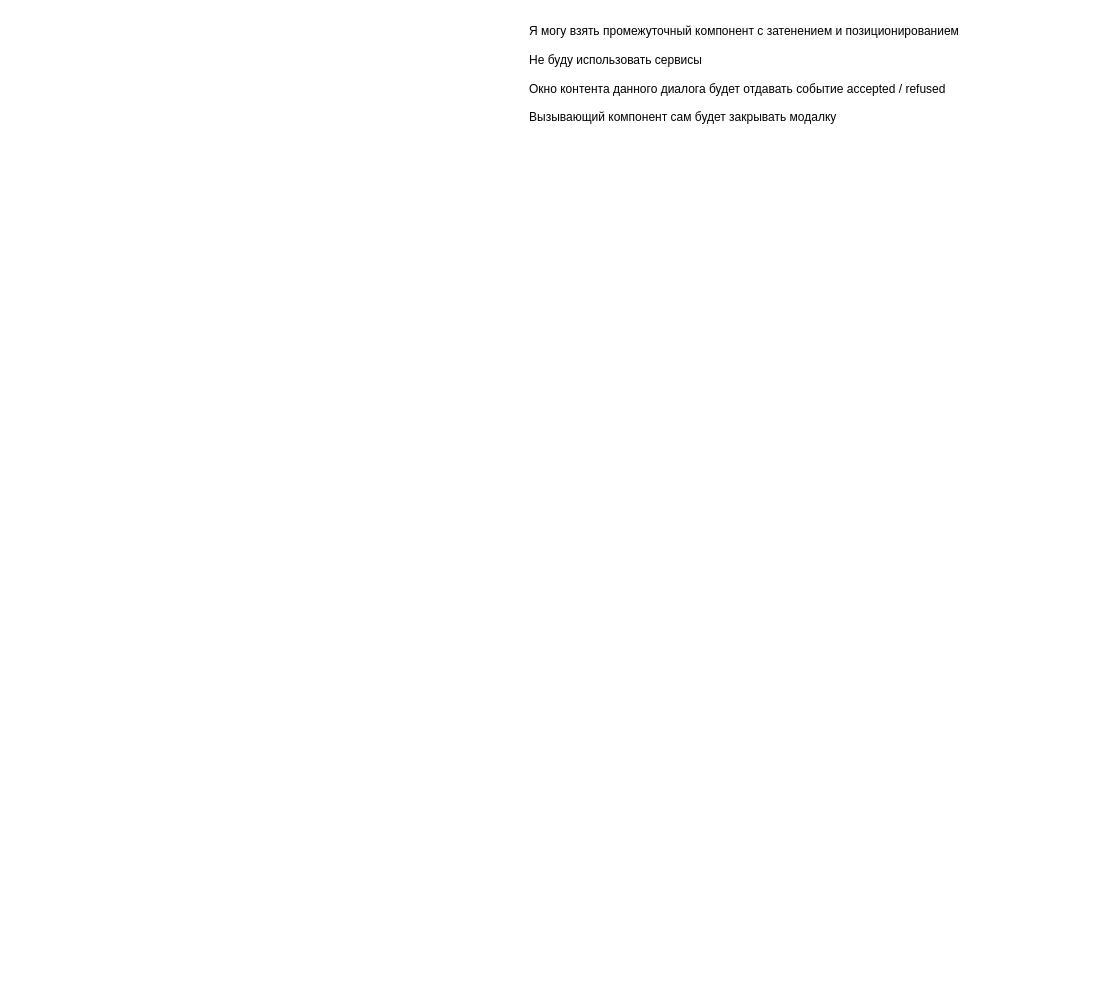
The draw.io diagram doc/modal-forms.drawio in aleshin-roman-nk/lngCollector2, before the edit. Source tidied: cells renumbered, new cells numbered last; positions are measured from the earlier drawing's top-left corner, leaving out a move shared by most shapes. Both pictures are drawn from the tidied source at 100%, with x=0, y=0 at pixel (527, 17).
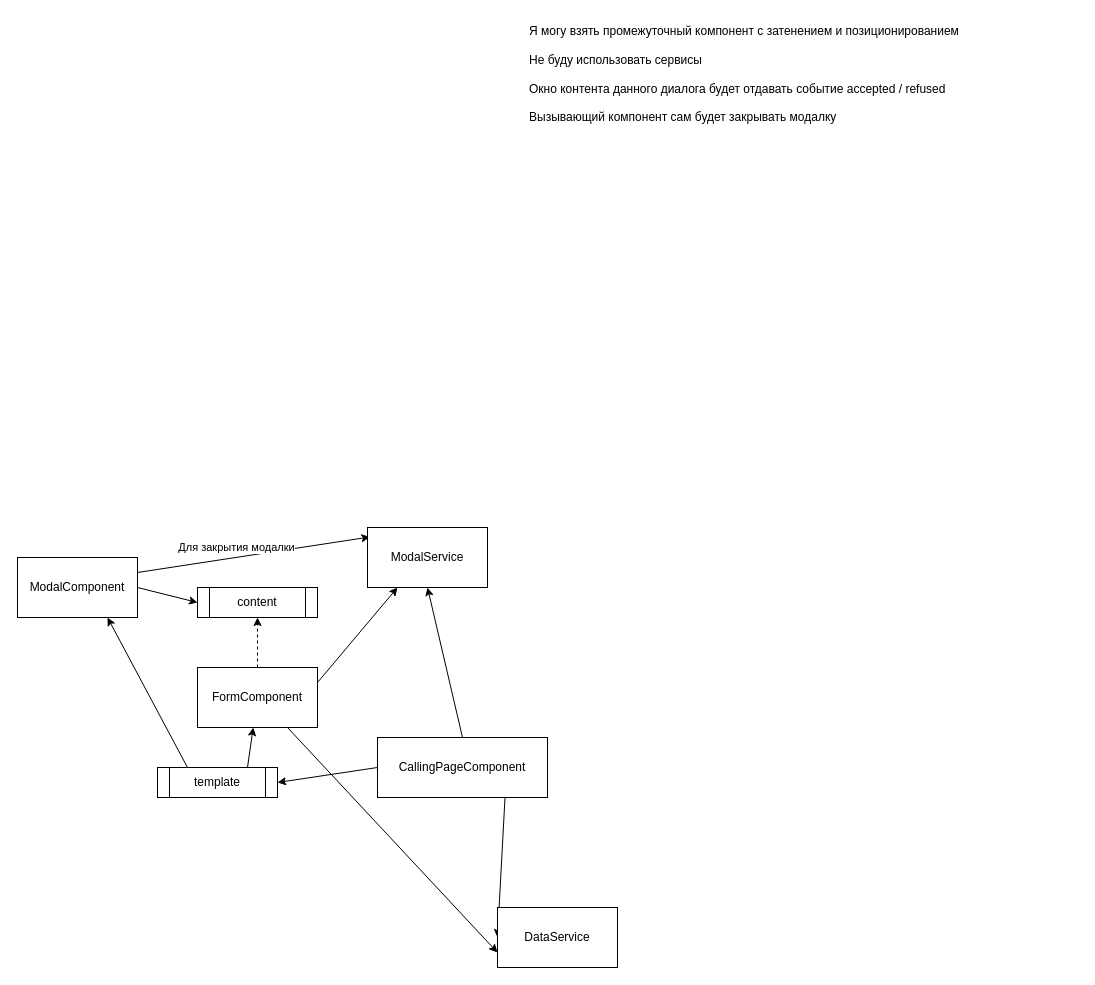
The same page after the edit.

The edit, as a diff of the source:
```diff
@@
 <mxGraphModel>
   <root>
     <mxCell id="0" />
     <mxCell id="1" parent="0" />
     <mxCell id="2" value="Я могу взять промежуточный компонент с затенением и позиционированием&lt;br&gt;&lt;br&gt;Не буду использовать сервисы&lt;br&gt;&lt;br&gt;Окно контента данного диалога будет отдавать событие accepted / refused&lt;br&gt;&lt;br&gt;Вызывающий компонент сам будет закрывать модалку" style="text;html=1;strokeColor=none;fillColor=none;align=left;verticalAlign=top;whiteSpace=wrap;rounded=0;" parent="1" vertex="1">
       <mxGeometry width="550" height="220" as="geometry" />
     </mxCell>
+    <mxCell id="3" style="edgeStyle=none;rounded=0;jettySize=auto;html=1;exitX=1;exitY=0.5;exitDx=0;exitDy=0;entryX=0;entryY=0.5;entryDx=0;entryDy=0;" parent="1" edge="1" source="5" target="11">
+      <mxGeometry relative="1" as="geometry" />
+    </mxCell>
+    <mxCell id="4" value="Для закрытия модалки" style="edgeStyle=none;rounded=0;jettySize=auto;html=1;exitX=1;exitY=0.25;exitDx=0;exitDy=0;entryX=0.02;entryY=0.158;entryDx=0;entryDy=0;entryPerimeter=0;" parent="1" edge="1" source="5" target="6">
+      <mxGeometry x="-0.13" y="10" relative="1" as="geometry" />
+    </mxCell>
+    <mxCell id="5" value="ModalComponent" style="rounded=0;whiteSpace=wrap;html=1;" parent="1" vertex="1">
+      <mxGeometry x="-510" y="540" width="120" height="60" as="geometry" />
+    </mxCell>
+    <mxCell id="6" value="ModalService" style="rounded=0;whiteSpace=wrap;html=1;" parent="1" vertex="1">
+      <mxGeometry x="-160" y="510" width="120" height="60" as="geometry" />
+    </mxCell>
+    <mxCell id="7" style="edgeStyle=none;rounded=0;jettySize=auto;html=1;exitX=0.5;exitY=0;exitDx=0;exitDy=0;entryX=0.5;entryY=1;entryDx=0;entryDy=0;" parent="1" edge="1" source="10" target="6">
+      <mxGeometry relative="1" as="geometry" />
+    </mxCell>
+    <mxCell id="8" style="edgeStyle=none;rounded=0;jettySize=auto;html=1;exitX=0;exitY=0.5;exitDx=0;exitDy=0;entryX=1;entryY=0.5;entryDx=0;entryDy=0;" parent="1" edge="1" source="10" target="14">
+      <mxGeometry relative="1" as="geometry" />
+    </mxCell>
+    <mxCell id="9" style="edgeStyle=none;rounded=0;jettySize=auto;html=1;exitX=0.75;exitY=1;exitDx=0;exitDy=0;entryX=0;entryY=0.5;entryDx=0;entryDy=0;" parent="1" edge="1" source="10" target="19">
+      <mxGeometry relative="1" as="geometry" />
+    </mxCell>
+    <mxCell id="10" value="CallingPageComponent" style="rounded=0;whiteSpace=wrap;html=1;" parent="1" vertex="1">
+      <mxGeometry x="-150" y="720" width="170" height="60" as="geometry" />
+    </mxCell>
+    <mxCell id="11" value="content" style="shape=process;whiteSpace=wrap;html=1;backgroundOutline=1;" parent="1" vertex="1">
+      <mxGeometry x="-330" y="570" width="120" height="30" as="geometry" />
+    </mxCell>
+    <mxCell id="12" style="edgeStyle=none;rounded=0;jettySize=auto;html=1;exitX=0.25;exitY=0;exitDx=0;exitDy=0;entryX=0.75;entryY=1;entryDx=0;entryDy=0;" parent="1" edge="1" source="14" target="5">
+      <mxGeometry relative="1" as="geometry" />
+    </mxCell>
+    <mxCell id="13" style="edgeStyle=none;rounded=0;jettySize=auto;html=1;exitX=0.75;exitY=0;exitDx=0;exitDy=0;" parent="1" edge="1" source="14" target="18">
+      <mxGeometry relative="1" as="geometry" />
+    </mxCell>
+    <mxCell id="14" value="template" style="shape=process;whiteSpace=wrap;html=1;backgroundOutline=1;" parent="1" vertex="1">
+      <mxGeometry x="-370" y="750" width="120" height="30" as="geometry" />
+    </mxCell>
+    <mxCell id="15" style="edgeStyle=none;rounded=0;jettySize=auto;html=1;exitX=0.5;exitY=0;exitDx=0;exitDy=0;entryX=0.5;entryY=1;entryDx=0;entryDy=0;dashed=1;" parent="1" edge="1" source="18" target="11">
+      <mxGeometry relative="1" as="geometry" />
+    </mxCell>
+    <mxCell id="16" style="edgeStyle=none;rounded=0;jettySize=auto;html=1;exitX=0.75;exitY=1;exitDx=0;exitDy=0;entryX=0;entryY=0.75;entryDx=0;entryDy=0;" parent="1" edge="1" source="18" target="19">
+      <mxGeometry relative="1" as="geometry" />
+    </mxCell>
+    <mxCell id="17" style="edgeStyle=none;rounded=0;jettySize=auto;html=1;exitX=1;exitY=0.25;exitDx=0;exitDy=0;entryX=0.25;entryY=1;entryDx=0;entryDy=0;" parent="1" edge="1" source="18" target="6">
+      <mxGeometry relative="1" as="geometry" />
+    </mxCell>
+    <mxCell id="18" value="FormComponent" style="rounded=0;whiteSpace=wrap;html=1;" parent="1" vertex="1">
+      <mxGeometry x="-330" y="650" width="120" height="60" as="geometry" />
+    </mxCell>
+    <mxCell id="19" value="DataService" style="rounded=0;whiteSpace=wrap;html=1;" parent="1" vertex="1">
+      <mxGeometry x="-30" y="890" width="120" height="60" as="geometry" />
+    </mxCell>
   </root>
 </mxGraphModel>
```
